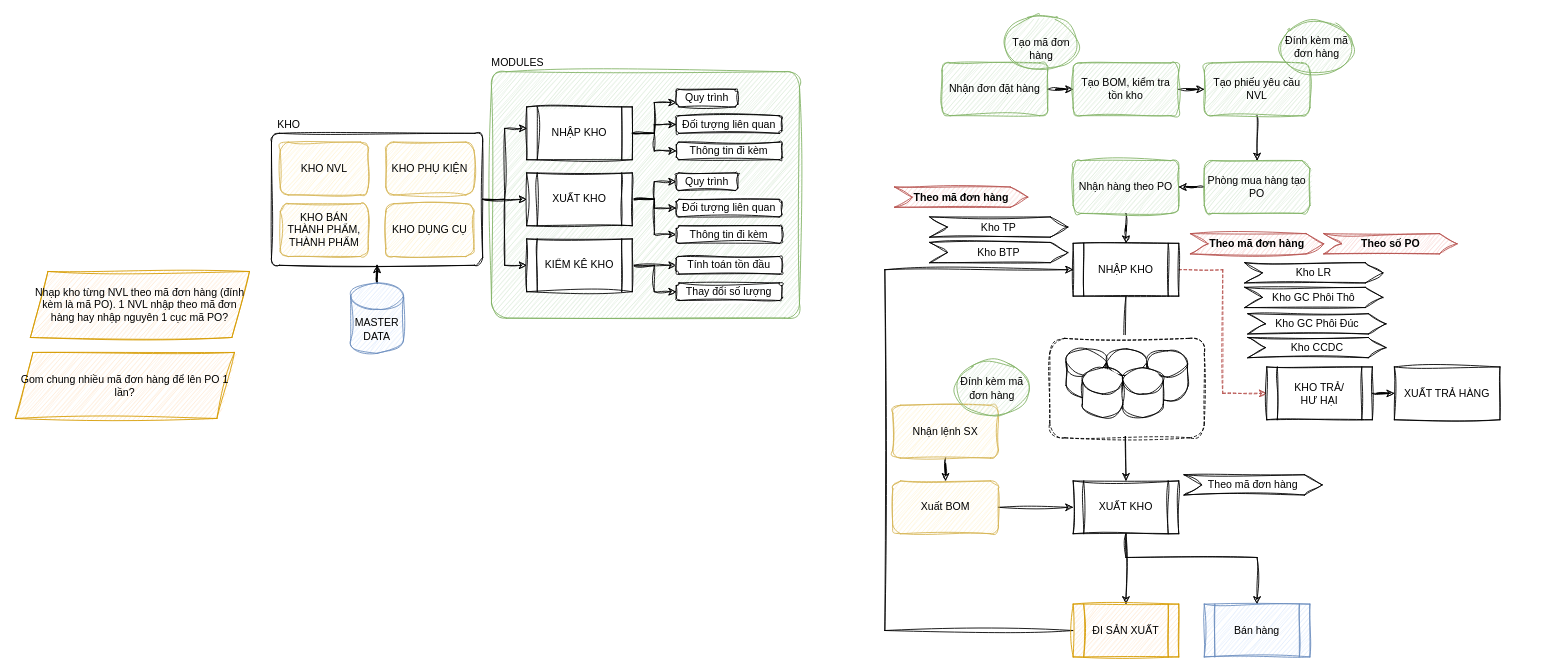
Above: page "TAZMO" (3 of 5) of Sketchs/MySketch.drawio in DataTeamBP/MyDrawIO (draw.io), before the change. Source tidied: cells renumbered, new cells numbered last; positions are measured from the earlier drawing's top-left corner, leaving out a move shared by most shapes. Both pictures are drawn from the tidied source at 88%, with x=0, y=0 at pixel (15, 15).
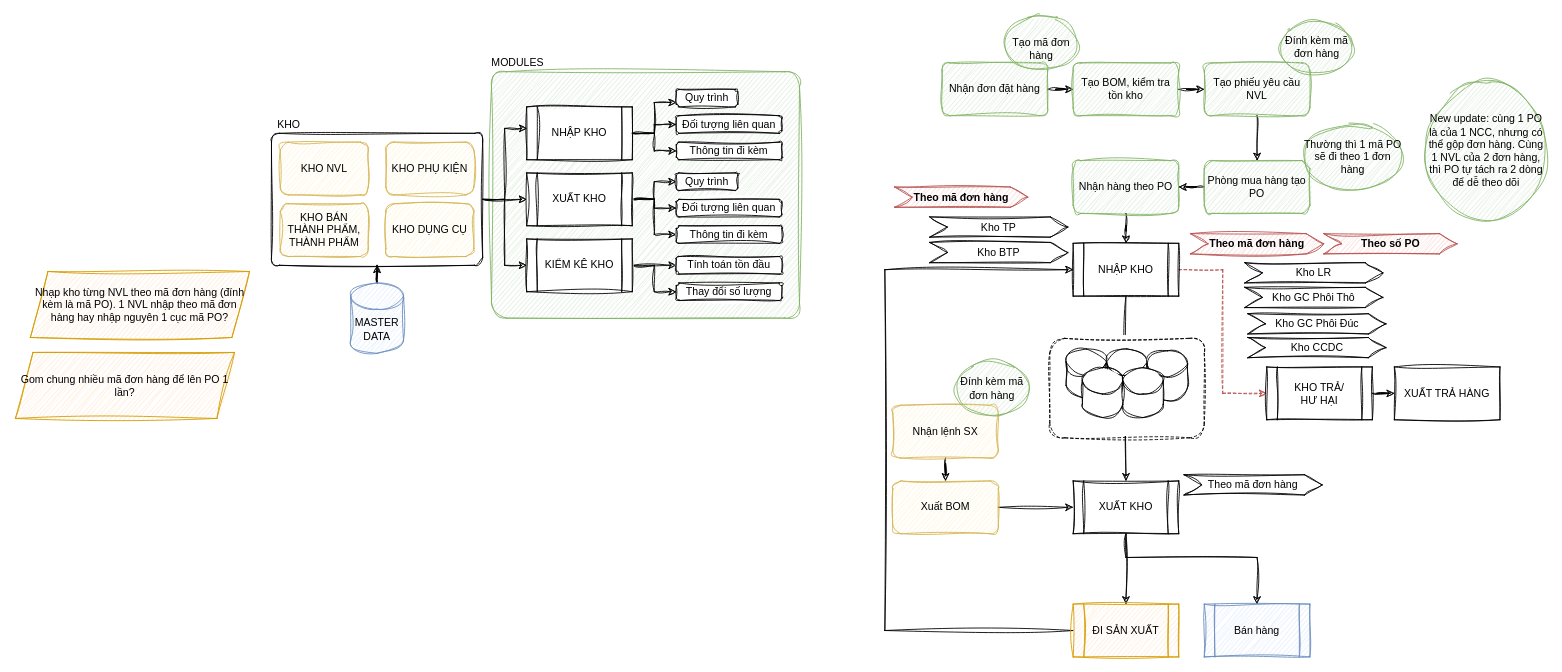
Above is the later version.

Change to the diagram source:
```diff
@@
+    <mxCell id="82" value="Thường thì 1 mã PO sẽ đi theo 1 đơn hàng" style="ellipse;whiteSpace=wrap;html=1;hachureGap=4;fontFamily=Helvetica;fillColor=#d5e8d4;strokeColor=#82b366;sketch=1;curveFitting=1;jiggle=2;" parent="1" vertex="1">
+      <mxGeometry x="1463" y="123" width="114" height="76" as="geometry" />
+    </mxCell>
+    <mxCell id="83" value="New update: cùng 1 PO là của 1 NCC, nhưng có thể gộp đơn hàng. Cùng 1 NVL của 2 đơn hàng, thì PO tự tách ra 2 dòng để dễ theo dõi" style="ellipse;whiteSpace=wrap;html=1;hachureGap=4;fontFamily=Helvetica;fillColor=#d5e8d4;strokeColor=#82b366;sketch=1;curveFitting=1;jiggle=2;" parent="1" vertex="1">
+      <mxGeometry x="1603" y="74" width="137" height="160" as="geometry" />
+    </mxCell>
```
